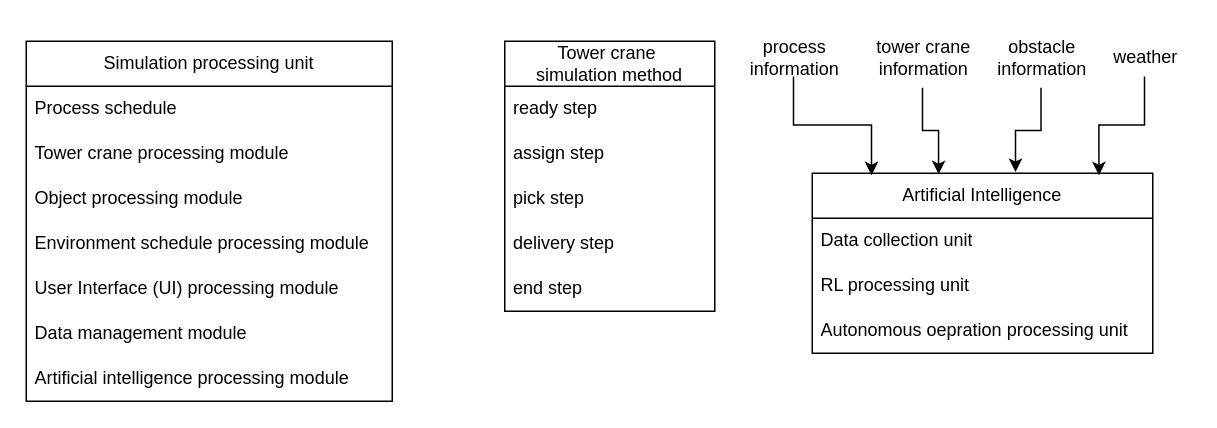
Above: Hoisting.drawio in RiemannLee19/UMLs (draw.io), before the change. Source tidied: cells renumbered, new cells numbered last; positions are measured from the earlier drawing's top-left corner, leaving out a move shared by most shapes. Both pictures are drawn from the tidied source at 150%, with x=0, y=0 at pixel (26, 26).
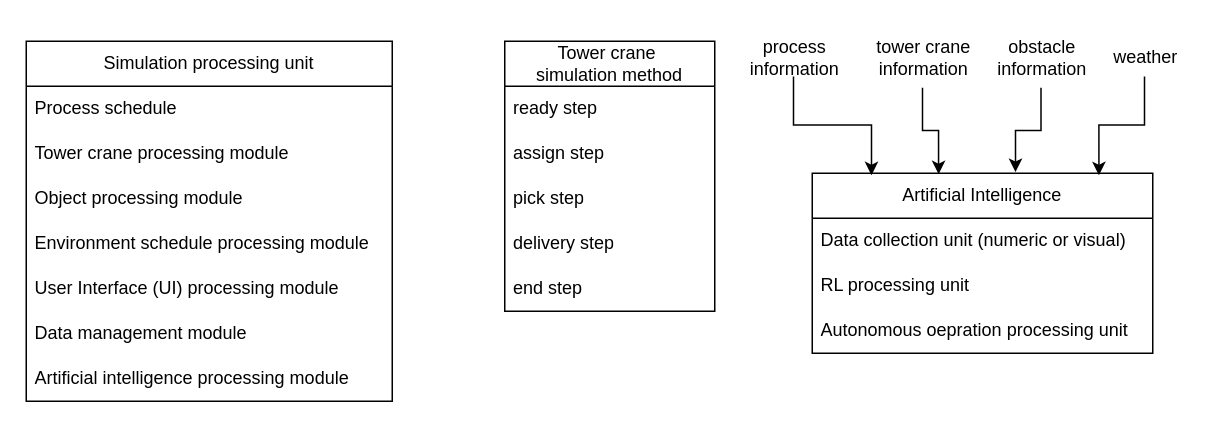
The same page after the edit.

Unchanged cells that the change refers to:
```xml
<mxCell id="20" value="Artificial Intelligence" style="swimlane;fontStyle=0;horizontal=1;startSize=30;whiteSpace=wrap;html=1;" parent="1" vertex="1">
  <mxGeometry x="524" y="98" width="227" height="120" as="geometry" />
</mxCell>
```

Diff of the diagram source:
```diff
@@
-    <mxCell id="21" value="Data collection unit" style="text;strokeColor=none;fillColor=none;align=left;verticalAlign=middle;spacingLeft=4;spacingRight=4;overflow=hidden;whiteSpace=wrap;html=1;" parent="20" vertex="1">
+    <mxCell id="21" value="Data collection unit (numeric or visual)" style="text;strokeColor=none;fillColor=none;align=left;verticalAlign=middle;spacingLeft=4;spacingRight=4;overflow=hidden;whiteSpace=wrap;html=1;" parent="20" vertex="1">
       <mxGeometry y="30" width="227" height="30" as="geometry" />
     </mxCell>
```
